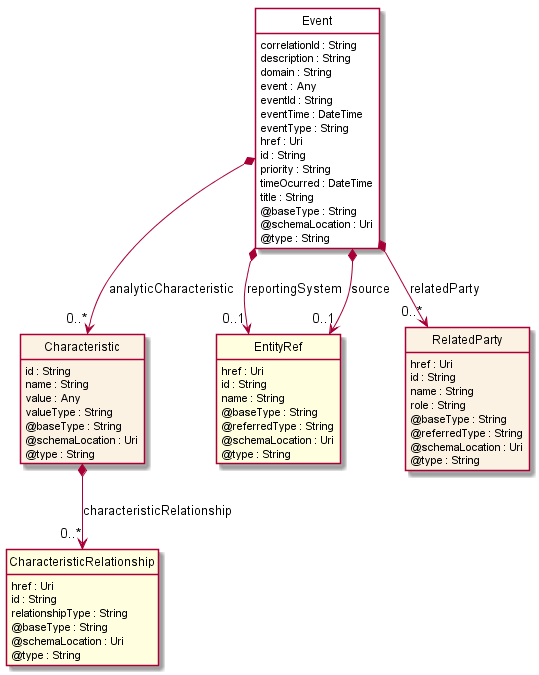
Above: apis/TMF688_Event/documentation/diagrams/Resource_Event.png in tmforum-apis/Open_Api_And_Data_Model (PlantUML), before the change.
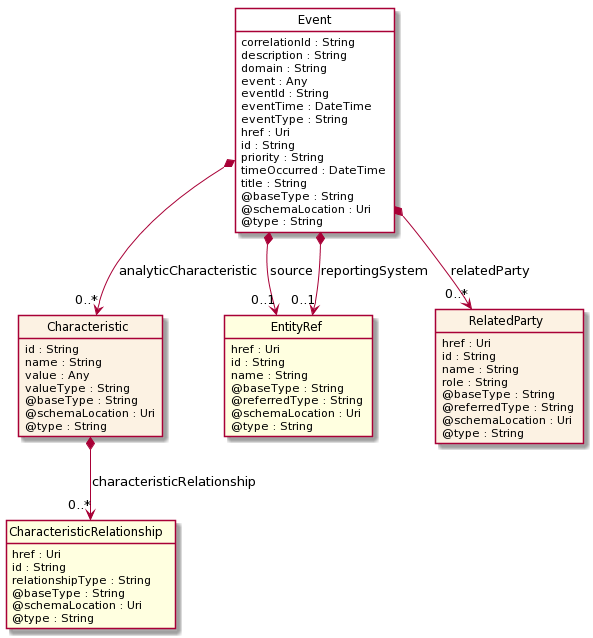
Above is the later version.

Diff of the diagram source:
```diff
@@ -21,7 +21,7 @@
     href : Uri
     id : String
     priority : String
-    timeOcurred : DateTime
+    timeOccurred : DateTime
     title : String
     @baseType : String
     @schemaLocation : Uri
@@ -70,9 +70,9 @@
 
 Event *-->  "0..*" RelatedParty : relatedParty
 
+Event *-->  "0..1" EntityRef : source
+
 Event *-->  "0..1" EntityRef : reportingSystem
-
-Event *-->  "0..1" EntityRef : source
 
 Event *-->  "0..*" Characteristic : analyticCharacteristic
 
```
